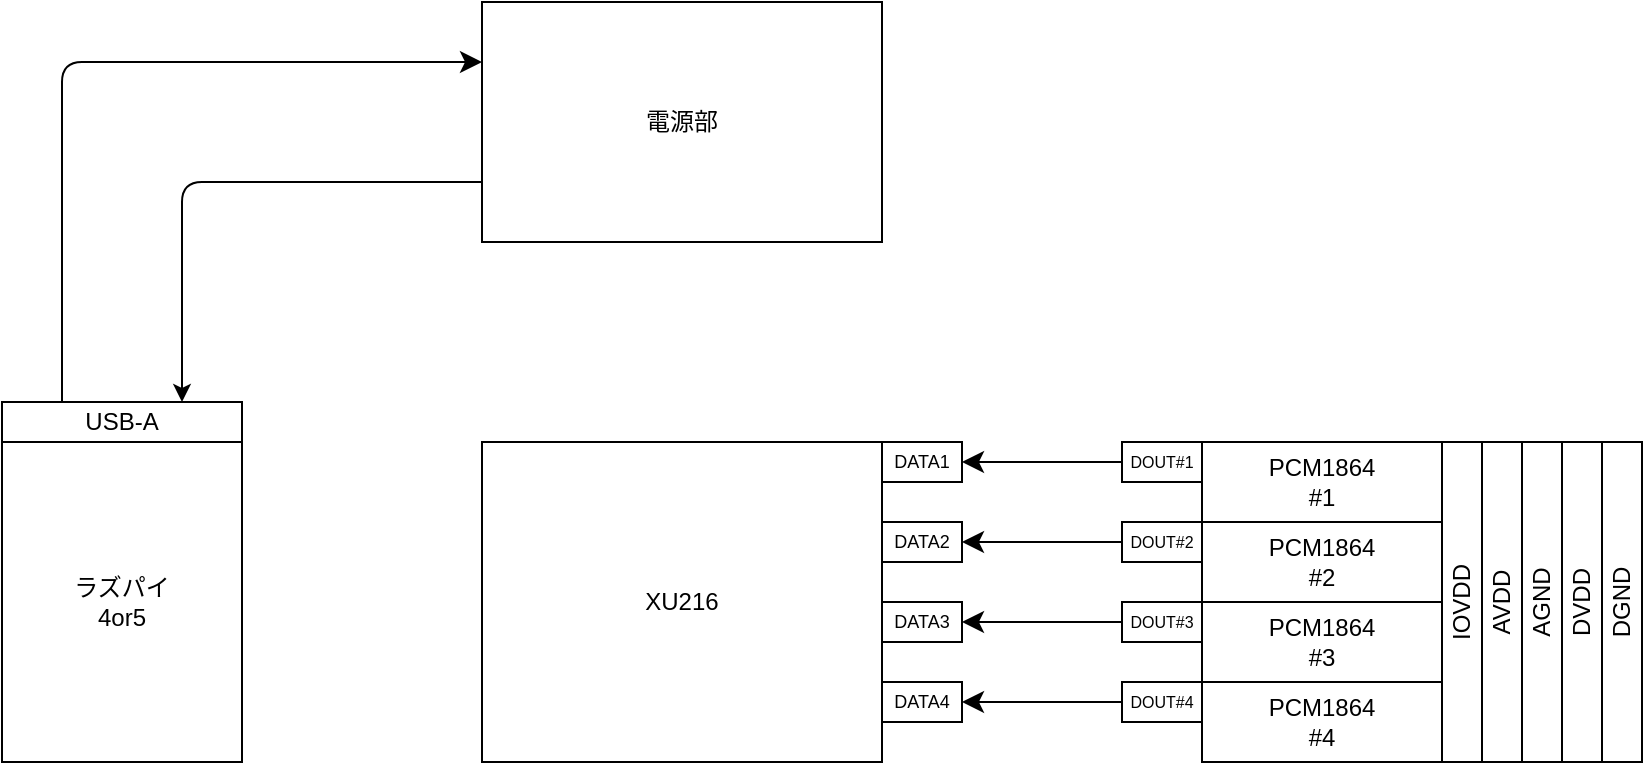
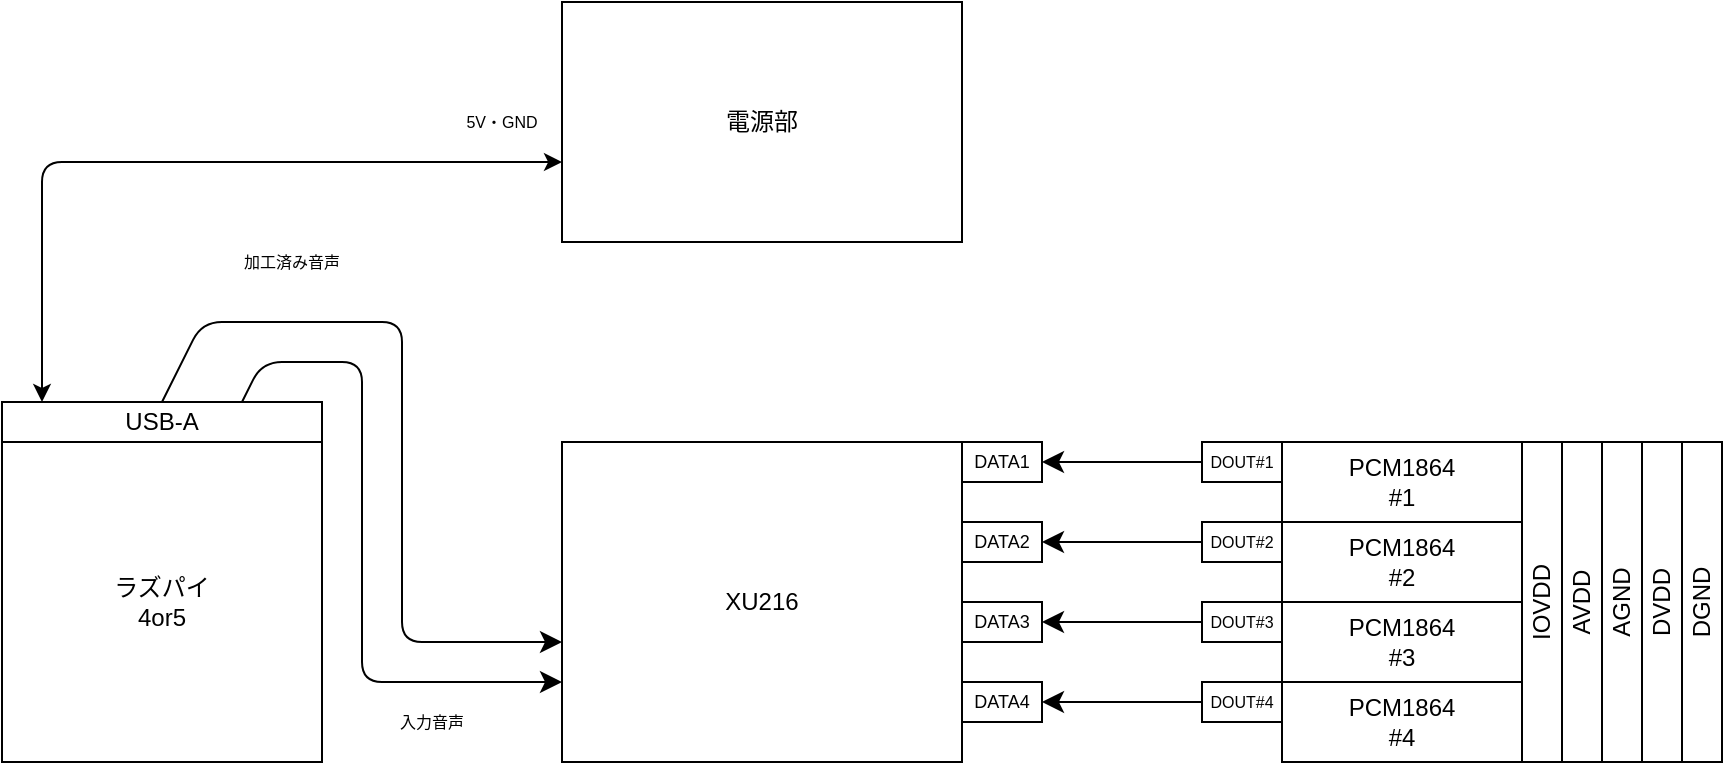
<mxfile host="app.diagrams.net">
  <diagram name="ページ-1" id="1rR5yNFkPkjZeM9XWKDB">
-     <mxGraphModel dx="211" dy="179" grid="1" gridSize="10" guides="1" tooltips="1" connect="1" arrows="1" fold="1" page="1" pageScale="1" pageWidth="827" pageHeight="1169" math="0" shadow="0">
+     <mxGraphModel dx="481" dy="409" grid="1" gridSize="10" guides="1" tooltips="1" connect="1" arrows="1" fold="1" page="1" pageScale="1" pageWidth="827" pageHeight="1169" math="0" shadow="0">
      <root>
        <mxCell id="0" />
        <mxCell id="1" parent="0" />
+         <mxCell id="8oAuVnmic7N__K8w4YIr-23" edge="1" parent="1" source="8oAuVnmic7N__K8w4YIr-22" style="endArrow=classic;html=1;rounded=1;fontSize=12;startSize=8;endSize=8;curved=0;exitX=0.75;exitY=0;exitDx=0;exitDy=0;entryX=0;entryY=0.75;entryDx=0;entryDy=0;" target="gwDgxvsqRqvtRyl1jF5W-1" value="">
+           <mxGeometry height="50" relative="1" width="50" as="geometry">
+             <Array as="points">
+               <mxPoint x="170" y="180" />
+               <mxPoint x="220" y="180" />
+               <mxPoint x="220" y="340" />
+             </Array>
+             <mxPoint x="270" y="200" as="sourcePoint" />
+             <mxPoint x="320" y="150" as="targetPoint" />
+           </mxGeometry>
+         </mxCell>
        <mxCell id="8oAuVnmic7N__K8w4YIr-19" parent="1" style="rounded=0;whiteSpace=wrap;html=1;horizontal=0;" value="DVDD" vertex="1">
          <mxGeometry height="160" width="20" x="860" y="220" as="geometry" />
        </mxCell>
        <mxCell id="gwDgxvsqRqvtRyl1jF5W-1" parent="1" style="rounded=0;whiteSpace=wrap;html=1;" value="XU216" vertex="1">
          <mxGeometry height="160" width="200" x="320" y="220" as="geometry" />
        </mxCell>
        <mxCell id="gwDgxvsqRqvtRyl1jF5W-2" parent="1" style="rounded=0;whiteSpace=wrap;html=1;" value="ラズパイ&lt;div&gt;4or5&lt;/div&gt;" vertex="1">
-           <mxGeometry height="160" width="120" x="80" y="220" as="geometry" />
+           <mxGeometry height="160" width="160" x="40" y="220" as="geometry" />
        </mxCell>
        <mxCell id="gwDgxvsqRqvtRyl1jF5W-3" parent="1" style="rounded=0;whiteSpace=wrap;html=1;" value="PCM1864&lt;div&gt;#1&lt;/div&gt;" vertex="1">
          <mxGeometry height="40" width="120" x="680" y="220" as="geometry" />
        </mxCell>
        <mxCell id="8oAuVnmic7N__K8w4YIr-1" parent="1" style="rounded=0;whiteSpace=wrap;html=1;" value="PCM1864&lt;div&gt;#2&lt;/div&gt;" vertex="1">
          <mxGeometry height="40" width="120" x="680" y="260" as="geometry" />
        </mxCell>
        <mxCell id="8oAuVnmic7N__K8w4YIr-2" parent="1" style="rounded=0;whiteSpace=wrap;html=1;" value="PCM1864&lt;div&gt;#3&lt;/div&gt;" vertex="1">
          <mxGeometry height="40" width="120" x="680" y="300" as="geometry" />
        </mxCell>
        <mxCell id="8oAuVnmic7N__K8w4YIr-3" parent="1" style="rounded=0;whiteSpace=wrap;html=1;" value="PCM1864&lt;div&gt;#4&lt;/div&gt;" vertex="1">
          <mxGeometry height="40" width="120" x="680" y="340" as="geometry" />
        </mxCell>
        <mxCell id="8oAuVnmic7N__K8w4YIr-4" parent="1" style="rounded=0;whiteSpace=wrap;html=1;fontSize=8;" value="DOUT#1" vertex="1">
          <mxGeometry height="20" width="40" x="640" y="220" as="geometry" />
        </mxCell>
        <mxCell id="8oAuVnmic7N__K8w4YIr-5" parent="1" style="rounded=0;whiteSpace=wrap;html=1;fontSize=8;" value="DOUT#2" vertex="1">
          <mxGeometry height="20" width="40" x="640" y="260" as="geometry" />
        </mxCell>
        <mxCell id="8oAuVnmic7N__K8w4YIr-6" parent="1" style="rounded=0;whiteSpace=wrap;html=1;fontSize=8;" value="DOUT#3" vertex="1">
          <mxGeometry height="20" width="40" x="640" y="300" as="geometry" />
        </mxCell>
        <mxCell id="8oAuVnmic7N__K8w4YIr-7" parent="1" style="rounded=0;whiteSpace=wrap;html=1;fontSize=8;" value="DOUT#4" vertex="1">
          <mxGeometry height="20" width="40" x="640" y="340" as="geometry" />
        </mxCell>
        <mxCell id="8oAuVnmic7N__K8w4YIr-8" parent="1" style="rounded=0;whiteSpace=wrap;html=1;direction=east;fontSize=9;" value="DATA1" vertex="1">
          <mxGeometry height="20" width="40" x="520" y="220" as="geometry" />
        </mxCell>
        <mxCell id="8oAuVnmic7N__K8w4YIr-9" parent="1" style="rounded=0;whiteSpace=wrap;html=1;direction=east;fontSize=9;" value="DATA2" vertex="1">
          <mxGeometry height="20" width="40" x="520" y="260" as="geometry" />
        </mxCell>
        <mxCell id="8oAuVnmic7N__K8w4YIr-10" parent="1" style="rounded=0;whiteSpace=wrap;html=1;direction=east;fontSize=9;" value="DATA3" vertex="1">
          <mxGeometry height="20" width="40" x="520" y="300" as="geometry" />
        </mxCell>
        <mxCell id="8oAuVnmic7N__K8w4YIr-11" parent="1" style="rounded=0;whiteSpace=wrap;html=1;direction=east;fontSize=9;" value="DATA4" vertex="1">
          <mxGeometry height="20" width="40" x="520" y="340" as="geometry" />
        </mxCell>
        <mxCell id="8oAuVnmic7N__K8w4YIr-12" edge="1" parent="1" source="8oAuVnmic7N__K8w4YIr-7" style="endArrow=classic;html=1;rounded=0;fontSize=12;startSize=8;endSize=8;curved=1;exitX=0;exitY=0.5;exitDx=0;exitDy=0;entryX=1;entryY=0.5;entryDx=0;entryDy=0;" target="8oAuVnmic7N__K8w4YIr-11" value="">
          <mxGeometry height="50" relative="1" width="50" as="geometry">
            <mxPoint x="570" y="390" as="sourcePoint" />
            <mxPoint x="620" y="340" as="targetPoint" />
          </mxGeometry>
        </mxCell>
        <mxCell id="8oAuVnmic7N__K8w4YIr-13" edge="1" parent="1" source="8oAuVnmic7N__K8w4YIr-6" style="endArrow=classic;html=1;rounded=0;fontSize=12;startSize=8;endSize=8;curved=1;exitX=0;exitY=0.5;exitDx=0;exitDy=0;entryX=1;entryY=0.5;entryDx=0;entryDy=0;" target="8oAuVnmic7N__K8w4YIr-10" value="">
          <mxGeometry height="50" relative="1" width="50" as="geometry">
            <mxPoint x="650" y="360" as="sourcePoint" />
            <mxPoint x="570" y="360" as="targetPoint" />
          </mxGeometry>
        </mxCell>
        <mxCell id="8oAuVnmic7N__K8w4YIr-14" edge="1" parent="1" source="8oAuVnmic7N__K8w4YIr-5" style="endArrow=classic;html=1;rounded=0;fontSize=12;startSize=8;endSize=8;curved=1;exitX=0;exitY=0.5;exitDx=0;exitDy=0;entryX=1;entryY=0.5;entryDx=0;entryDy=0;" target="8oAuVnmic7N__K8w4YIr-9" value="">
          <mxGeometry height="50" relative="1" width="50" as="geometry">
            <mxPoint x="650" y="320" as="sourcePoint" />
            <mxPoint x="570" y="270" as="targetPoint" />
          </mxGeometry>
        </mxCell>
        <mxCell id="8oAuVnmic7N__K8w4YIr-15" edge="1" parent="1" source="8oAuVnmic7N__K8w4YIr-4" style="endArrow=classic;html=1;rounded=0;fontSize=12;startSize=8;endSize=8;curved=1;exitX=0;exitY=0.5;exitDx=0;exitDy=0;entryX=1;entryY=0.5;entryDx=0;entryDy=0;entryPerimeter=0;" target="8oAuVnmic7N__K8w4YIr-8" value="">
          <mxGeometry height="50" relative="1" width="50" as="geometry">
            <mxPoint x="650" y="280" as="sourcePoint" />
            <mxPoint x="570" y="230" as="targetPoint" />
          </mxGeometry>
        </mxCell>
        <mxCell id="8oAuVnmic7N__K8w4YIr-16" parent="1" style="rounded=0;whiteSpace=wrap;html=1;align=center;horizontal=0;" value="IOVDD" vertex="1">
          <mxGeometry height="160" width="20" x="800" y="220" as="geometry" />
        </mxCell>
        <mxCell id="8oAuVnmic7N__K8w4YIr-17" parent="1" style="rounded=0;whiteSpace=wrap;html=1;horizontal=0;" value="AVDD" vertex="1">
          <mxGeometry height="160" width="20" x="820" y="220" as="geometry" />
        </mxCell>
        <mxCell id="8oAuVnmic7N__K8w4YIr-18" parent="1" style="rounded=0;whiteSpace=wrap;html=1;horizontal=0;" value="AGND" vertex="1">
          <mxGeometry height="160" width="20" x="840" y="220" as="geometry" />
        </mxCell>
        <mxCell id="8oAuVnmic7N__K8w4YIr-20" parent="1" style="rounded=0;whiteSpace=wrap;html=1;horizontal=0;" value="DGND" vertex="1">
          <mxGeometry height="160" width="20" x="880" y="220" as="geometry" />
        </mxCell>
        <mxCell id="8oAuVnmic7N__K8w4YIr-21" parent="1" style="rounded=0;whiteSpace=wrap;html=1;" value="電源部" vertex="1">
          <mxGeometry height="120" width="200" x="320" as="geometry" />
        </mxCell>
        <mxCell id="8oAuVnmic7N__K8w4YIr-22" parent="1" style="rounded=0;whiteSpace=wrap;html=1;" value="USB-A" vertex="1">
-           <mxGeometry height="20" width="120" x="80" y="200" as="geometry" />
+           <mxGeometry height="20" width="160" x="40" y="200" as="geometry" />
        </mxCell>
-         <mxCell id="8oAuVnmic7N__K8w4YIr-23" edge="1" parent="1" source="8oAuVnmic7N__K8w4YIr-22" style="endArrow=classic;html=1;rounded=1;fontSize=12;startSize=8;endSize=8;curved=0;exitX=0.25;exitY=0;exitDx=0;exitDy=0;entryX=0;entryY=0.25;entryDx=0;entryDy=0;" target="8oAuVnmic7N__K8w4YIr-21" value="">
+         <mxCell id="8oAuVnmic7N__K8w4YIr-24" edge="1" parent="1" source="8oAuVnmic7N__K8w4YIr-21" style="endArrow=classic;html=1;rounded=1;fontSize=12;curved=0;exitX=0;exitY=0.667;exitDx=0;exitDy=0;entryX=0.125;entryY=0;entryDx=0;entryDy=0;startArrow=classic;startFill=1;entryPerimeter=0;exitPerimeter=0;" target="8oAuVnmic7N__K8w4YIr-22" value="">
          <mxGeometry height="50" relative="1" width="50" as="geometry">
            <Array as="points">
-               <mxPoint x="110" y="30" />
+               <mxPoint x="60" y="80" />
            </Array>
            <mxPoint x="270" y="200" as="sourcePoint" />
            <mxPoint x="320" y="150" as="targetPoint" />
          </mxGeometry>
        </mxCell>
-         <mxCell id="8oAuVnmic7N__K8w4YIr-24" edge="1" parent="1" source="8oAuVnmic7N__K8w4YIr-21" style="endArrow=classic;html=1;rounded=1;fontSize=12;curved=0;exitX=0;exitY=0.75;exitDx=0;exitDy=0;entryX=0.75;entryY=0;entryDx=0;entryDy=0;" target="8oAuVnmic7N__K8w4YIr-22" value="">
+         <mxCell id="8oAuVnmic7N__K8w4YIr-25" parent="1" style="text;html=1;whiteSpace=wrap;strokeColor=none;fillColor=none;align=center;verticalAlign=middle;rounded=0;fontSize=8;" value="5V・GND" vertex="1">
+           <mxGeometry height="20" width="40" x="270" y="50" as="geometry" />
+         </mxCell>
+         <mxCell id="8oAuVnmic7N__K8w4YIr-26" edge="1" parent="1" source="8oAuVnmic7N__K8w4YIr-22" style="endArrow=classic;html=1;rounded=1;fontSize=12;startSize=8;endSize=8;curved=0;exitX=0.5;exitY=0;exitDx=0;exitDy=0;" value="">
          <mxGeometry height="50" relative="1" width="50" as="geometry">
            <Array as="points">
-               <mxPoint x="170" y="90" />
+               <mxPoint x="140" y="160" />
+               <mxPoint x="240" y="160" />
+               <mxPoint x="240" y="320" />
            </Array>
-             <mxPoint x="270" y="200" as="sourcePoint" />
-             <mxPoint x="320" y="150" as="targetPoint" />
+             <mxPoint x="200" y="90" as="sourcePoint" />
+             <mxPoint x="320" y="320" as="targetPoint" />
          </mxGeometry>
+         </mxCell>
+         <mxCell id="8oAuVnmic7N__K8w4YIr-27" parent="1" style="text;html=1;whiteSpace=wrap;strokeColor=none;fillColor=none;align=center;verticalAlign=middle;rounded=0;fontSize=8;" value="加工済み音声" vertex="1">
+           <mxGeometry height="20" width="50" x="160" y="120" as="geometry" />
+         </mxCell>
+         <mxCell id="8oAuVnmic7N__K8w4YIr-29" parent="1" style="text;html=1;whiteSpace=wrap;strokeColor=none;fillColor=none;align=center;verticalAlign=middle;rounded=0;fontSize=8;" value="入力音声" vertex="1">
+           <mxGeometry height="20" width="50" x="230" y="350" as="geometry" />
        </mxCell>
      </root>
    </mxGraphModel>
  </diagram>
</mxfile>
